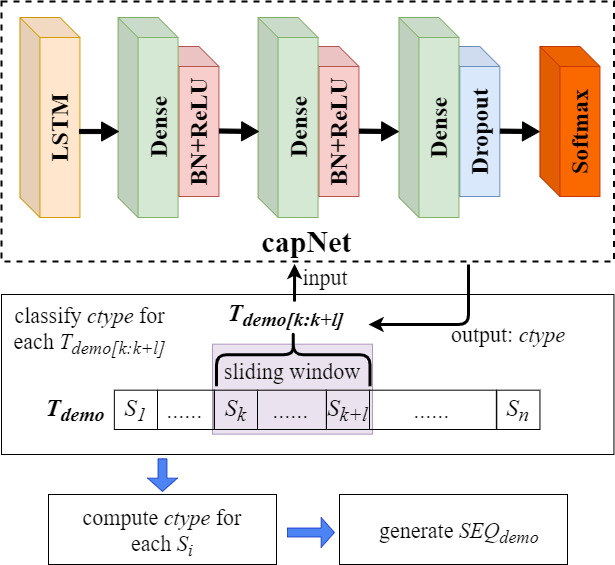
Earlier version of the draw.io export img/capnet.png (LCEPRPFD/LCEPRPFD.github.io). Source tidied: cells renumbered, new cells last; positions are measured from the earlier drawing's top-left corner, leaving out a move shared by most shapes.
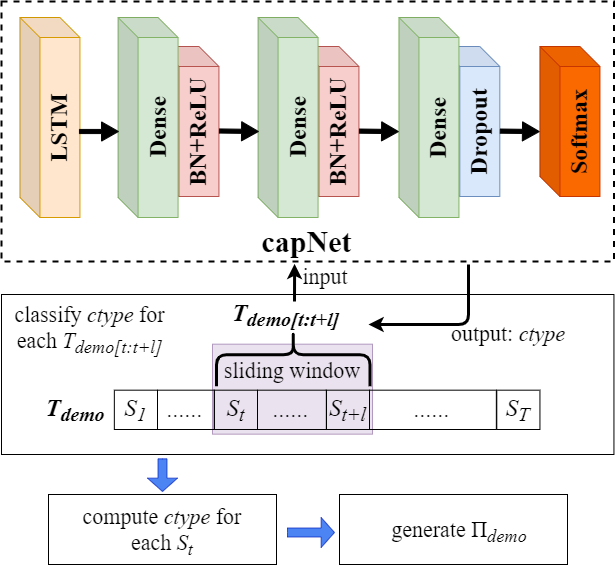
After the change.

Change to the diagram source:
```diff
@@ -74,16 +74,16 @@
     <mxCell id="21" style="shape=curlyBracket;whiteSpace=wrap;html=1;rounded=1;fillColor=#FFF2CC;rotation=90;strokeWidth=3;size=0.43904609361096414;fontFamily=Times New Roman;" parent="1" vertex="1">
       <mxGeometry x="263.7" y="280" width="56.2" height="153.3" as="geometry" />
     </mxCell>
-    <mxCell id="22" value="&lt;b style=&quot;font-size: 24px&quot;&gt;&lt;i&gt;T&lt;sub&gt;demo[k:k+l]&lt;/sub&gt;&lt;/i&gt;&lt;/b&gt;" style="text;html=1;strokeColor=none;fillColor=none;align=center;verticalAlign=middle;whiteSpace=wrap;rounded=0;fontFamily=Times New Roman;fontSize=10;" parent="1" vertex="1">
+    <mxCell id="22" value="&lt;b style=&quot;font-size: 24px&quot;&gt;&lt;i&gt;T&lt;sub&gt;demo[t:t+l]&lt;/sub&gt;&lt;/i&gt;&lt;/b&gt;" style="text;html=1;strokeColor=none;fillColor=none;align=center;verticalAlign=middle;whiteSpace=wrap;rounded=0;fontFamily=Times New Roman;fontSize=10;" parent="1" vertex="1">
       <mxGeometry x="234" y="302.7" width="100.8" height="20" as="geometry" />
     </mxCell>
-    <mxCell id="23" value="&lt;font style=&quot;font-size: 24px&quot;&gt;&lt;i&gt;S&lt;sub&gt;k&lt;/sub&gt;&lt;/i&gt;&lt;/font&gt;" style="rounded=0;whiteSpace=wrap;html=1;fontFamily=Times New Roman;strokeWidth=1;fillColor=none;fontSize=20;" parent="1" vertex="1">
+    <mxCell id="23" value="&lt;font style=&quot;font-size: 24px&quot;&gt;&lt;i&gt;S&lt;sub&gt;t&lt;/sub&gt;&lt;/i&gt;&lt;/font&gt;" style="rounded=0;whiteSpace=wrap;html=1;fontFamily=Times New Roman;strokeWidth=1;fillColor=none;fontSize=20;" parent="1" vertex="1">
       <mxGeometry x="212.8" y="388.7" width="43.2" height="39.3" as="geometry" />
     </mxCell>
     <mxCell id="24" value="&lt;span style=&quot;font-size: 24px&quot;&gt;&lt;i&gt;......&lt;/i&gt;&lt;/span&gt;" style="rounded=0;whiteSpace=wrap;html=1;fontFamily=Times New Roman;strokeWidth=1;fillColor=none;fontSize=20;" parent="1" vertex="1">
       <mxGeometry x="156" y="388.7" width="56.8" height="39.3" as="geometry" />
     </mxCell>
-    <mxCell id="25" value="&lt;font style=&quot;font-size: 24px&quot;&gt;&lt;i&gt;S&lt;sub&gt;k+l&lt;/sub&gt;&lt;/i&gt;&lt;/font&gt;" style="rounded=0;whiteSpace=wrap;html=1;fontFamily=Times New Roman;strokeWidth=1;fillColor=none;fontSize=20;" parent="1" vertex="1">
+    <mxCell id="25" value="&lt;font style=&quot;font-size: 24px&quot;&gt;&lt;i&gt;S&lt;sub&gt;t+l&lt;/sub&gt;&lt;/i&gt;&lt;/font&gt;" style="rounded=0;whiteSpace=wrap;html=1;fontFamily=Times New Roman;strokeWidth=1;fillColor=none;fontSize=20;" parent="1" vertex="1">
       <mxGeometry x="324.8" y="388.7" width="43.2" height="39.3" as="geometry" />
     </mxCell>
     <mxCell id="26" value="&lt;span style=&quot;font-size: 24px&quot;&gt;&lt;i&gt;......&lt;/i&gt;&lt;/span&gt;" style="rounded=0;whiteSpace=wrap;html=1;fontFamily=Times New Roman;strokeWidth=1;fillColor=none;fontSize=20;" parent="1" vertex="1">
@@ -92,7 +92,7 @@
     <mxCell id="27" value="&lt;span style=&quot;font-size: 24px&quot;&gt;&lt;i&gt;......&lt;/i&gt;&lt;/span&gt;" style="rounded=0;whiteSpace=wrap;html=1;fontFamily=Times New Roman;strokeWidth=1;fillColor=none;fontSize=20;" parent="1" vertex="1">
       <mxGeometry x="368" y="388.7" width="126.8" height="39.3" as="geometry" />
     </mxCell>
-    <mxCell id="28" value="&lt;font style=&quot;font-size: 24px&quot;&gt;&lt;i&gt;S&lt;sub&gt;n&lt;/sub&gt;&lt;/i&gt;&lt;/font&gt;" style="rounded=0;whiteSpace=wrap;html=1;fontFamily=Times New Roman;strokeWidth=1;fillColor=none;fontSize=20;" parent="1" vertex="1">
+    <mxCell id="28" value="&lt;font style=&quot;font-size: 24px&quot;&gt;&lt;i&gt;S&lt;sub&gt;T&lt;/sub&gt;&lt;/i&gt;&lt;/font&gt;" style="rounded=0;whiteSpace=wrap;html=1;fontFamily=Times New Roman;strokeWidth=1;fillColor=none;fontSize=20;" parent="1" vertex="1">
       <mxGeometry x="495.3" y="388.7" width="43.2" height="39.3" as="geometry" />
     </mxCell>
     <mxCell id="29" value="&lt;font style=&quot;font-size: 22px&quot;&gt;sliding window&lt;/font&gt;" style="text;html=1;strokeColor=none;fillColor=none;align=center;verticalAlign=middle;whiteSpace=wrap;rounded=0;fontFamily=Times New Roman;fontSize=20;" parent="1" vertex="1">
@@ -107,10 +107,10 @@
     <mxCell id="32" value="&lt;font style=&quot;font-size: 22px&quot;&gt;output: &lt;i&gt;ctype&lt;/i&gt;&lt;/font&gt;" style="text;html=1;strokeColor=none;fillColor=none;align=center;verticalAlign=middle;whiteSpace=wrap;rounded=0;fontFamily=Times New Roman;fontSize=20;opacity=70;" parent="1" vertex="1">
       <mxGeometry x="427" y="302.7" width="160" height="60" as="geometry" />
     </mxCell>
-    <mxCell id="33" value="&lt;font style=&quot;font-size: 22px&quot;&gt;classify &lt;i&gt;ctype &lt;/i&gt;for each&amp;nbsp;&lt;i&gt;T&lt;sub&gt;demo[k:k+l]&lt;/sub&gt;&lt;/i&gt;&lt;/font&gt;" style="text;html=1;strokeColor=none;fillColor=none;align=center;verticalAlign=middle;whiteSpace=wrap;rounded=0;fontFamily=Times New Roman;fontSize=20;opacity=70;" parent="1" vertex="1">
+    <mxCell id="33" value="&lt;font style=&quot;font-size: 22px&quot;&gt;classify &lt;i&gt;ctype &lt;/i&gt;for each&amp;nbsp;&lt;i&gt;T&lt;sub&gt;demo[t:t+l]&lt;/sub&gt;&lt;/i&gt;&lt;/font&gt;" style="text;html=1;strokeColor=none;fillColor=none;align=center;verticalAlign=middle;whiteSpace=wrap;rounded=0;fontFamily=Times New Roman;fontSize=20;opacity=70;" parent="1" vertex="1">
       <mxGeometry y="290" width="177" height="77.3" as="geometry" />
     </mxCell>
-    <mxCell id="34" value="&lt;font style=&quot;font-size: 22px&quot;&gt;compute&amp;nbsp;&lt;i&gt;ctype &lt;/i&gt;for each&amp;nbsp;&lt;i&gt;S&lt;sub&gt;i&lt;/sub&gt;&lt;/i&gt;&lt;/font&gt;" style="text;html=1;strokeColor=none;fillColor=none;align=center;verticalAlign=middle;whiteSpace=wrap;rounded=0;fontFamily=Times New Roman;fontSize=20;opacity=70;" parent="1" vertex="1">
+    <mxCell id="34" value="&lt;font style=&quot;font-size: 22px&quot;&gt;compute&amp;nbsp;&lt;i&gt;ctype &lt;/i&gt;for each&amp;nbsp;&lt;i&gt;S&lt;sub&gt;t&lt;/sub&gt;&lt;/i&gt;&lt;/font&gt;" style="text;html=1;strokeColor=none;fillColor=none;align=center;verticalAlign=middle;whiteSpace=wrap;rounded=0;fontFamily=Times New Roman;fontSize=20;opacity=70;" parent="1" vertex="1">
       <mxGeometry x="71.2" y="509" width="179.5" height="44" as="geometry" />
     </mxCell>
     <mxCell id="35" style="endArrow=classic;html=1;fontFamily=Times New Roman;fontSize=20;strokeWidth=3;entryX=0.339;entryY=1.059;entryDx=0;entryDy=0;entryPerimeter=0;" parent="1" edge="1">
@@ -137,7 +137,7 @@
     <mxCell id="38" style="html=1;shadow=0;dashed=0;align=center;verticalAlign=middle;shape=mxgraph.arrows2.arrow;dy=0.7;dx=13.36;notch=0;fontFamily=Times New Roman;fontSize=20;strokeWidth=1;fillColor=#0050ef;opacity=70;direction=east;strokeColor=#001DBC;fontColor=#ffffff;flipH=0;flipV=1;" parent="1" vertex="1">
       <mxGeometry x="286" y="516" width="47" height="30" as="geometry" />
     </mxCell>
-    <mxCell id="39" value="&lt;span style=&quot;font-size: 22px&quot;&gt;generate &lt;i&gt;SEQ&lt;sub&gt;demo&lt;/sub&gt;&lt;/i&gt;&lt;/span&gt;" style="text;html=1;strokeColor=none;fillColor=none;align=center;verticalAlign=middle;whiteSpace=wrap;rounded=0;fontFamily=Times New Roman;fontSize=20;opacity=70;" parent="1" vertex="1">
+    <mxCell id="39" value="&lt;span style=&quot;font-size: 22px&quot;&gt;generate Π&lt;/span&gt;&lt;i style=&quot;font-size: 22px&quot;&gt;&lt;sub&gt;demo&lt;/sub&gt;&lt;/i&gt;" style="text;html=1;strokeColor=none;fillColor=none;align=center;verticalAlign=middle;whiteSpace=wrap;rounded=0;fontFamily=Times New Roman;fontSize=20;opacity=70;" parent="1" vertex="1">
       <mxGeometry x="368" y="509" width="179.5" height="44" as="geometry" />
     </mxCell>
   </root>
```
